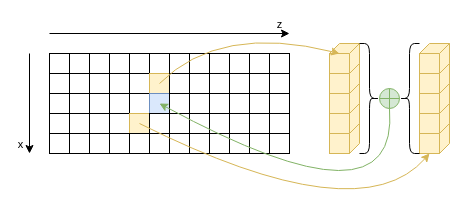
Above: images/drawio templates/theta.drawio in niklaslorenz/abschlussarbeit (draw.io), before the change. Source tidied: cells renumbered, new cells numbered last; positions are measured from the earlier drawing's top-left corner, leaving out a move shared by most shapes. Both pictures are drawn from the tidied source at 100%, with x=0, y=0 at pixel (29, 23).
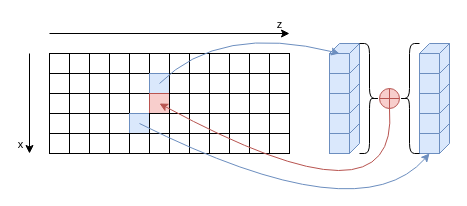
The same diagram, later.

The change refers to these unchanged cells:
```xml
<mxCell id="66" style="group;" parent="1" vertex="1">
  <mxGeometry x="300" y="20" width="30" height="110" as="geometry" />
</mxCell>
<mxCell id="67" style="group;" parent="66" vertex="1">
  <mxGeometry width="30" height="30" as="geometry" />
</mxCell>
<mxCell id="80" style="group;" parent="1" vertex="1">
  <mxGeometry x="390" y="20" width="30" height="110" as="geometry" />
</mxCell>
<mxCell id="81" style="group;" parent="80" vertex="1">
  <mxGeometry width="30" height="30" as="geometry" />
</mxCell>
```

Diff of the diagram source:
```diff
@@
-    <mxCell id="25" style="rounded=0;whiteSpace=wrap;html=1;fillColor=#fff2cc;strokeColor=#d6b656;" parent="1" vertex="1">
+    <mxCell id="25" style="rounded=0;whiteSpace=wrap;html=1;fillColor=#dae8fc;strokeColor=#6c8ebf;" parent="1" vertex="1">
       <mxGeometry x="120" y="50" width="20" height="20" as="geometry" />
     </mxCell>
@@
-    <mxCell id="27" style="rounded=0;whiteSpace=wrap;html=1;fillColor=#dae8fc;strokeColor=#6c8ebf;" parent="1" vertex="1">
+    <mxCell id="27" style="rounded=0;whiteSpace=wrap;html=1;fillColor=#f8cecc;strokeColor=#b85450;" parent="1" vertex="1">
       <mxGeometry x="120" y="70" width="20" height="20" as="geometry" />
     </mxCell>
-    <mxCell id="28" style="rounded=0;whiteSpace=wrap;html=1;fillColor=#fff2cc;strokeColor=#d6b656;" parent="1" vertex="1">
+    <mxCell id="28" style="rounded=0;whiteSpace=wrap;html=1;fillColor=#dae8fc;strokeColor=#6c8ebf;" parent="1" vertex="1">
       <mxGeometry x="100" y="90" width="20" height="20" as="geometry" />
     </mxCell>
@@
-    <mxCell id="68" style="whiteSpace=wrap;html=1;fillColor=#fff2cc;strokeColor=#d6b656;" parent="67" vertex="1">
+    <mxCell id="68" style="whiteSpace=wrap;html=1;fillColor=#dae8fc;strokeColor=#6c8ebf;" parent="67" vertex="1">
       <mxGeometry y="10" width="20" height="20" as="geometry" />
     </mxCell>
-    <mxCell id="69" style="shape=parallelogram;perimeter=parallelogramPerimeter;whiteSpace=wrap;html=1;fixedSize=1;size=10;fillColor=#fff2cc;strokeColor=#d6b656;" parent="67" vertex="1">
+    <mxCell id="69" style="shape=parallelogram;perimeter=parallelogramPerimeter;whiteSpace=wrap;html=1;fixedSize=1;size=10;fillColor=#dae8fc;strokeColor=#6c8ebf;" parent="67" vertex="1">
       <mxGeometry width="30" height="10" as="geometry" />
     </mxCell>
-    <mxCell id="70" style="shape=parallelogram;perimeter=parallelogramPerimeter;whiteSpace=wrap;html=1;fixedSize=1;size=10;rotation=90;flipH=1;fillColor=#fff2cc;strokeColor=#d6b656;" parent="67" vertex="1">
+    <mxCell id="70" style="shape=parallelogram;perimeter=parallelogramPerimeter;whiteSpace=wrap;html=1;fixedSize=1;size=10;rotation=90;flipH=1;fillColor=#dae8fc;strokeColor=#6c8ebf;" parent="67" vertex="1">
       <mxGeometry x="10" y="10" width="30" height="10" as="geometry" />
     </mxCell>
-    <mxCell id="71" style="whiteSpace=wrap;html=1;fillColor=#fff2cc;strokeColor=#d6b656;" parent="66" vertex="1">
+    <mxCell id="71" style="whiteSpace=wrap;html=1;fillColor=#dae8fc;strokeColor=#6c8ebf;" parent="66" vertex="1">
       <mxGeometry y="30" width="20" height="20" as="geometry" />
     </mxCell>
-    <mxCell id="72" style="whiteSpace=wrap;html=1;fillColor=#fff2cc;strokeColor=#d6b656;" parent="66" vertex="1">
+    <mxCell id="72" style="whiteSpace=wrap;html=1;fillColor=#dae8fc;strokeColor=#6c8ebf;" parent="66" vertex="1">
       <mxGeometry y="50" width="20" height="20" as="geometry" />
     </mxCell>
-    <mxCell id="73" style="whiteSpace=wrap;html=1;fillColor=#fff2cc;strokeColor=#d6b656;" parent="66" vertex="1">
+    <mxCell id="73" style="whiteSpace=wrap;html=1;fillColor=#dae8fc;strokeColor=#6c8ebf;" parent="66" vertex="1">
       <mxGeometry y="70" width="20" height="20" as="geometry" />
     </mxCell>
-    <mxCell id="74" style="whiteSpace=wrap;html=1;fillColor=#fff2cc;strokeColor=#d6b656;" parent="66" vertex="1">
+    <mxCell id="74" style="whiteSpace=wrap;html=1;fillColor=#dae8fc;strokeColor=#6c8ebf;" parent="66" vertex="1">
       <mxGeometry y="90" width="20" height="20" as="geometry" />
     </mxCell>
-    <mxCell id="75" style="shape=parallelogram;perimeter=parallelogramPerimeter;whiteSpace=wrap;html=1;fixedSize=1;size=10;rotation=90;flipH=1;fillColor=#fff2cc;strokeColor=#d6b656;" parent="66" vertex="1">
+    <mxCell id="75" style="shape=parallelogram;perimeter=parallelogramPerimeter;whiteSpace=wrap;html=1;fixedSize=1;size=10;rotation=90;flipH=1;fillColor=#dae8fc;strokeColor=#6c8ebf;" parent="66" vertex="1">
       <mxGeometry x="10" y="30" width="30" height="10" as="geometry" />
     </mxCell>
-    <mxCell id="76" style="shape=parallelogram;perimeter=parallelogramPerimeter;whiteSpace=wrap;html=1;fixedSize=1;size=10;rotation=90;flipH=1;fillColor=#fff2cc;strokeColor=#d6b656;" parent="66" vertex="1">
+    <mxCell id="76" style="shape=parallelogram;perimeter=parallelogramPerimeter;whiteSpace=wrap;html=1;fixedSize=1;size=10;rotation=90;flipH=1;fillColor=#dae8fc;strokeColor=#6c8ebf;" parent="66" vertex="1">
       <mxGeometry x="10" y="50" width="30" height="10" as="geometry" />
     </mxCell>
-    <mxCell id="77" style="shape=parallelogram;perimeter=parallelogramPerimeter;whiteSpace=wrap;html=1;fixedSize=1;size=10;rotation=90;flipH=1;fillColor=#fff2cc;strokeColor=#d6b656;" parent="66" vertex="1">
+    <mxCell id="77" style="shape=parallelogram;perimeter=parallelogramPerimeter;whiteSpace=wrap;html=1;fixedSize=1;size=10;rotation=90;flipH=1;fillColor=#dae8fc;strokeColor=#6c8ebf;" parent="66" vertex="1">
       <mxGeometry x="10" y="70" width="30" height="10" as="geometry" />
     </mxCell>
-    <mxCell id="78" style="shape=parallelogram;perimeter=parallelogramPerimeter;whiteSpace=wrap;html=1;fixedSize=1;size=10;rotation=90;flipH=1;fillColor=#fff2cc;strokeColor=#d6b656;" parent="66" vertex="1">
+    <mxCell id="78" style="shape=parallelogram;perimeter=parallelogramPerimeter;whiteSpace=wrap;html=1;fixedSize=1;size=10;rotation=90;flipH=1;fillColor=#dae8fc;strokeColor=#6c8ebf;" parent="66" vertex="1">
       <mxGeometry x="10" y="90" width="30" height="10" as="geometry" />
     </mxCell>
-    <mxCell id="79" style="curved=1;endArrow=classic;html=1;rounded=0;fillColor=#fff2cc;strokeColor=#d6b656;entryX=0.5;entryY=1;entryDx=0;entryDy=0;" parent="1" edge="1" target="88">
+    <mxCell id="79" style="curved=1;endArrow=classic;html=1;rounded=0;fillColor=#dae8fc;strokeColor=#6c8ebf;entryX=0.5;entryY=1;entryDx=0;entryDy=0;" parent="1" edge="1" target="88">
       <mxGeometry relative="1" as="geometry">
         <mxPoint x="110" y="100" as="sourcePoint" />
         <Array as="points">
           <mxPoint x="330" y="210" />
         </Array>
       </mxGeometry>
     </mxCell>
@@
-    <mxCell id="82" style="whiteSpace=wrap;html=1;fillColor=#fff2cc;strokeColor=#d6b656;" parent="81" vertex="1">
+    <mxCell id="82" style="whiteSpace=wrap;html=1;fillColor=#dae8fc;strokeColor=#6c8ebf;" parent="81" vertex="1">
       <mxGeometry y="10" width="20" height="20" as="geometry" />
     </mxCell>
-    <mxCell id="83" style="shape=parallelogram;perimeter=parallelogramPerimeter;whiteSpace=wrap;html=1;fixedSize=1;size=10;fillColor=#fff2cc;strokeColor=#d6b656;" parent="81" vertex="1">
+    <mxCell id="83" style="shape=parallelogram;perimeter=parallelogramPerimeter;whiteSpace=wrap;html=1;fixedSize=1;size=10;fillColor=#dae8fc;strokeColor=#6c8ebf;" parent="81" vertex="1">
       <mxGeometry width="30" height="10" as="geometry" />
     </mxCell>
-    <mxCell id="84" style="shape=parallelogram;perimeter=parallelogramPerimeter;whiteSpace=wrap;html=1;fixedSize=1;size=10;rotation=90;flipH=1;fillColor=#fff2cc;strokeColor=#d6b656;" parent="81" vertex="1">
+    <mxCell id="84" style="shape=parallelogram;perimeter=parallelogramPerimeter;whiteSpace=wrap;html=1;fixedSize=1;size=10;rotation=90;flipH=1;fillColor=#dae8fc;strokeColor=#6c8ebf;" parent="81" vertex="1">
       <mxGeometry x="10" y="10" width="30" height="10" as="geometry" />
     </mxCell>
-    <mxCell id="85" style="whiteSpace=wrap;html=1;fillColor=#fff2cc;strokeColor=#d6b656;" parent="80" vertex="1">
+    <mxCell id="85" style="whiteSpace=wrap;html=1;fillColor=#dae8fc;strokeColor=#6c8ebf;" parent="80" vertex="1">
       <mxGeometry y="30" width="20" height="20" as="geometry" />
     </mxCell>
-    <mxCell id="86" style="whiteSpace=wrap;html=1;fillColor=#fff2cc;strokeColor=#d6b656;" parent="80" vertex="1">
+    <mxCell id="86" style="whiteSpace=wrap;html=1;fillColor=#dae8fc;strokeColor=#6c8ebf;" parent="80" vertex="1">
       <mxGeometry y="50" width="20" height="20" as="geometry" />
     </mxCell>
-    <mxCell id="87" style="whiteSpace=wrap;html=1;fillColor=#fff2cc;strokeColor=#d6b656;" parent="80" vertex="1">
+    <mxCell id="87" style="whiteSpace=wrap;html=1;fillColor=#dae8fc;strokeColor=#6c8ebf;" parent="80" vertex="1">
       <mxGeometry y="70" width="20" height="20" as="geometry" />
     </mxCell>
-    <mxCell id="88" style="whiteSpace=wrap;html=1;fillColor=#fff2cc;strokeColor=#d6b656;" parent="80" vertex="1">
+    <mxCell id="88" style="whiteSpace=wrap;html=1;fillColor=#dae8fc;strokeColor=#6c8ebf;" parent="80" vertex="1">
       <mxGeometry y="90" width="20" height="20" as="geometry" />
     </mxCell>
-    <mxCell id="89" style="shape=parallelogram;perimeter=parallelogramPerimeter;whiteSpace=wrap;html=1;fixedSize=1;size=10;rotation=90;flipH=1;fillColor=#fff2cc;strokeColor=#d6b656;" parent="80" vertex="1">
+    <mxCell id="89" style="shape=parallelogram;perimeter=parallelogramPerimeter;whiteSpace=wrap;html=1;fixedSize=1;size=10;rotation=90;flipH=1;fillColor=#dae8fc;strokeColor=#6c8ebf;" parent="80" vertex="1">
       <mxGeometry x="10" y="30" width="30" height="10" as="geometry" />
     </mxCell>
-    <mxCell id="90" style="shape=parallelogram;perimeter=parallelogramPerimeter;whiteSpace=wrap;html=1;fixedSize=1;size=10;rotation=90;flipH=1;fillColor=#fff2cc;strokeColor=#d6b656;" parent="80" vertex="1">
+    <mxCell id="90" style="shape=parallelogram;perimeter=parallelogramPerimeter;whiteSpace=wrap;html=1;fixedSize=1;size=10;rotation=90;flipH=1;fillColor=#dae8fc;strokeColor=#6c8ebf;" parent="80" vertex="1">
       <mxGeometry x="10" y="50" width="30" height="10" as="geometry" />
     </mxCell>
-    <mxCell id="91" style="shape=parallelogram;perimeter=parallelogramPerimeter;whiteSpace=wrap;html=1;fixedSize=1;size=10;rotation=90;flipH=1;fillColor=#fff2cc;strokeColor=#d6b656;" parent="80" vertex="1">
+    <mxCell id="91" style="shape=parallelogram;perimeter=parallelogramPerimeter;whiteSpace=wrap;html=1;fixedSize=1;size=10;rotation=90;flipH=1;fillColor=#dae8fc;strokeColor=#6c8ebf;" parent="80" vertex="1">
       <mxGeometry x="10" y="70" width="30" height="10" as="geometry" />
     </mxCell>
-    <mxCell id="92" style="shape=parallelogram;perimeter=parallelogramPerimeter;whiteSpace=wrap;html=1;fixedSize=1;size=10;rotation=90;flipH=1;fillColor=#fff2cc;strokeColor=#d6b656;" parent="80" vertex="1">
+    <mxCell id="92" style="shape=parallelogram;perimeter=parallelogramPerimeter;whiteSpace=wrap;html=1;fixedSize=1;size=10;rotation=90;flipH=1;fillColor=#dae8fc;strokeColor=#6c8ebf;" parent="80" vertex="1">
       <mxGeometry x="10" y="90" width="30" height="10" as="geometry" />
     </mxCell>
@@
-    <mxCell id="95" style="ellipse;whiteSpace=wrap;html=1;fillColor=#d5e8d4;strokeColor=#82b366;" parent="1" vertex="1">
+    <mxCell id="95" style="ellipse;whiteSpace=wrap;html=1;fillColor=#f8cecc;strokeColor=#b85450;" parent="1" vertex="1">
       <mxGeometry x="350" y="65" width="20" height="20" as="geometry" />
     </mxCell>
-    <mxCell id="96" style="endArrow=none;html=1;rounded=0;entryX=0.5;entryY=0;entryDx=0;entryDy=0;exitX=0.5;exitY=1;exitDx=0;exitDy=0;fillColor=#d5e8d4;strokeColor=#82b366;" parent="1" edge="1" source="95" target="95">
+    <mxCell id="96" style="endArrow=none;html=1;rounded=0;entryX=0.5;entryY=0;entryDx=0;entryDy=0;exitX=0.5;exitY=1;exitDx=0;exitDy=0;fillColor=#f8cecc;strokeColor=#b85450;" parent="1" edge="1" source="95" target="95">
       <mxGeometry relative="1" as="geometry" />
     </mxCell>
-    <mxCell id="97" style="endArrow=none;html=1;rounded=0;entryX=1;entryY=0.5;entryDx=0;entryDy=0;exitX=0;exitY=0.5;exitDx=0;exitDy=0;fillColor=#d5e8d4;strokeColor=#82b366;" parent="1" edge="1" source="95" target="95">
+    <mxCell id="97" style="endArrow=none;html=1;rounded=0;entryX=1;entryY=0.5;entryDx=0;entryDy=0;exitX=0;exitY=0.5;exitDx=0;exitDy=0;fillColor=#f8cecc;strokeColor=#b85450;" parent="1" edge="1" source="95" target="95">
       <mxGeometry relative="1" as="geometry" />
     </mxCell>
-    <mxCell id="98" style="curved=1;endArrow=classic;html=1;rounded=0;fillColor=#fff2cc;strokeColor=#d6b656;entryX=0.5;entryY=0;entryDx=0;entryDy=0;" parent="1" edge="1" target="68">
+    <mxCell id="98" style="curved=1;endArrow=classic;html=1;rounded=0;fillColor=#dae8fc;strokeColor=#6c8ebf;entryX=0.5;entryY=0;entryDx=0;entryDy=0;" parent="1" edge="1" target="68">
       <mxGeometry relative="1" as="geometry">
         <mxPoint x="130" y="60" as="sourcePoint" />
         <Array as="points">
           <mxPoint x="190" />
         </Array>
       </mxGeometry>
     </mxCell>
-    <mxCell id="99" style="curved=1;endArrow=none;html=1;rounded=0;entryX=0.5;entryY=1;entryDx=0;entryDy=0;fillColor=#d5e8d4;strokeColor=#82b366;startArrow=classic;startFill=1;endFill=0;" parent="1" edge="1" target="95">
+    <mxCell id="99" style="curved=1;endArrow=none;html=1;rounded=0;entryX=0.5;entryY=1;entryDx=0;entryDy=0;fillColor=#f8cecc;strokeColor=#b85450;startArrow=classic;startFill=1;endFill=0;" parent="1" edge="1" target="95">
       <mxGeometry relative="1" as="geometry">
         <mxPoint x="130" y="80" as="sourcePoint" />
         <Array as="points">
           <mxPoint x="370" y="210" />
         </Array>
       </mxGeometry>
     </mxCell>
```
